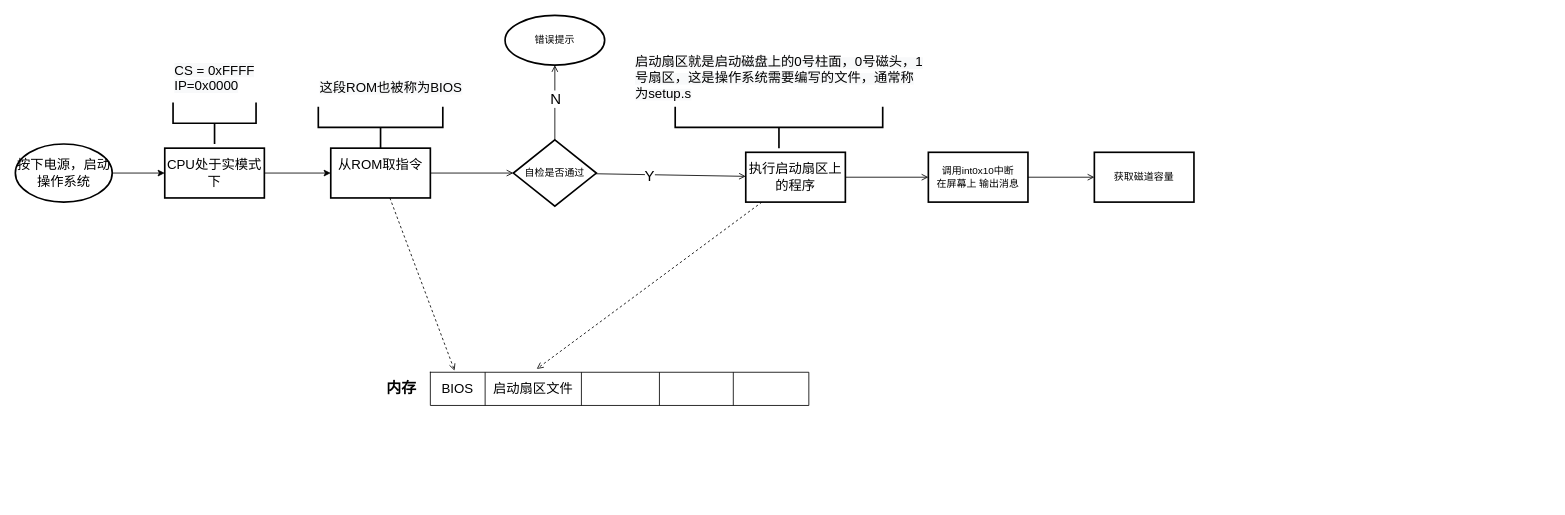
This is 操作系统.drawio from Xrtero/Xrtero, a draw.io file, before an edit. Source tidied: cells renumbered, new cells numbered last; positions are measured from the earlier drawing's top-left corner, leaving out a move shared by most shapes. Both pictures are drawn from the tidied source at 83%, with x=0, y=0 at pixel (15, 15).
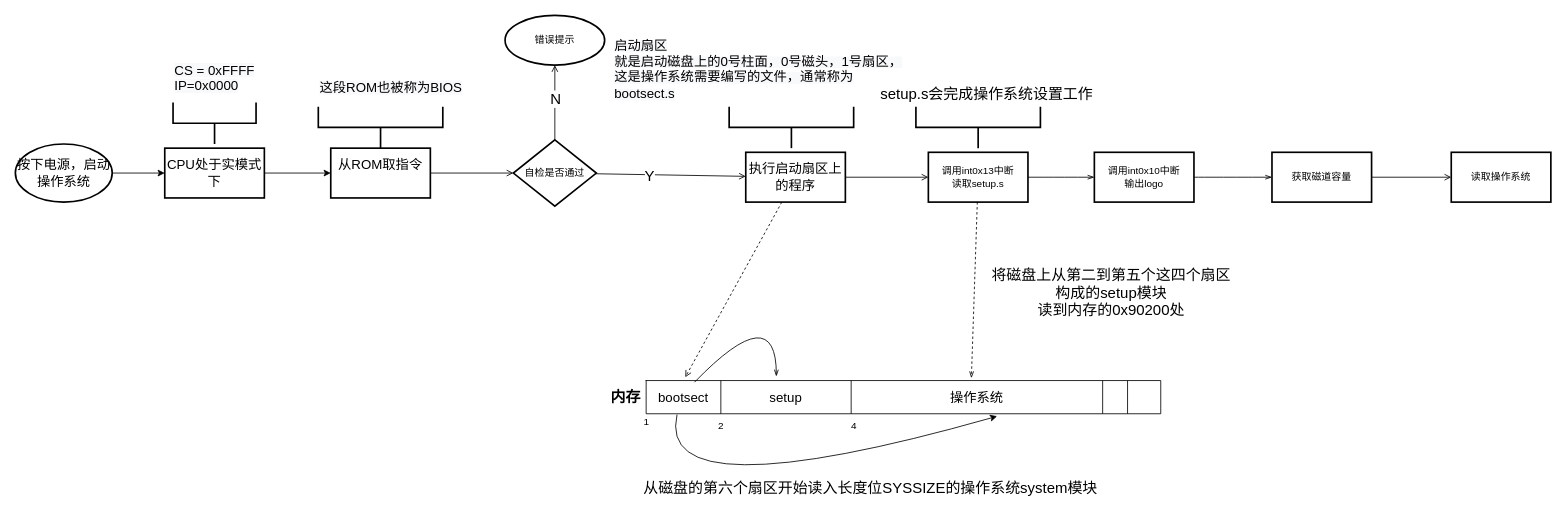
The same diagram, later.

Commit message:
更新操作系统.drawio

The change refers to these unchanged cells:
```xml
<mxCell id="8" value="&lt;font style=&quot;font-size: 16px&quot;&gt;从ROM取指令&lt;br&gt;&lt;br&gt;&lt;/font&gt;" style="whiteSpace=wrap;html=1;strokeWidth=2;" parent="1" vertex="1">
  <mxGeometry x="380" y="160" width="120" height="60" as="geometry" />
</mxCell>
<mxCell id="11" value="&lt;font style=&quot;font-size: 16px&quot;&gt;执行启动扇区上的程序&lt;/font&gt;" style="whiteSpace=wrap;html=1;strokeWidth=2;" parent="1" vertex="1">
  <mxGeometry x="880" y="165" width="120" height="60" as="geometry" />
</mxCell>
```

The edit, as a diff of the source:
```diff
@@
-    <mxCell id="6" style="rounded=1;jettySize=auto;html=1;entryX=0.064;entryY=-0.05;entryDx=0;entryDy=0;entryPerimeter=0;dashed=1;fontSize=18;endArrow=open;endFill=0;" parent="1" edge="1" source="8" target="15">
-      <mxGeometry relative="1" as="geometry" />
-    </mxCell>
@@
-    <mxCell id="9" style="edgeStyle=none;rounded=1;jettySize=auto;html=1;entryX=0.281;entryY=-0.1;entryDx=0;entryDy=0;entryPerimeter=0;dashed=1;fontSize=18;endArrow=open;endFill=0;" parent="1" edge="1" source="11" target="15">
+    <mxCell id="9" style="edgeStyle=none;rounded=1;jettySize=auto;html=1;entryX=0.076;entryY=-0.1;entryDx=0;entryDy=0;entryPerimeter=0;dashed=1;fontSize=18;endArrow=open;endFill=0;" parent="1" edge="1" source="11" target="15">
       <mxGeometry relative="1" as="geometry" />
     </mxCell>
@@
-    <mxCell id="12" value="&lt;span style=&quot;color: rgb(0 , 0 , 0) ; font-family: &amp;#34;helvetica&amp;#34; ; font-style: normal ; font-weight: 400 ; letter-spacing: normal ; text-align: center ; text-indent: 0px ; text-transform: none ; word-spacing: 0px ; background-color: rgb(248 , 249 , 250) ; display: inline ; float: none&quot;&gt;&lt;font style=&quot;font-size: 16px&quot;&gt;启动扇区就是启动磁盘上的0号柱面，0号磁头，1号扇区，这是操作系统需要编写的文件，通常称为setup.s&lt;/font&gt;&lt;/span&gt;" style="text;whiteSpace=wrap;html=1;" parent="1" vertex="1">
-      <mxGeometry x="745" y="40" width="350" height="30" as="geometry" />
+    <mxCell id="12" value="&lt;span style=&quot;color: rgb(0 , 0 , 0) ; font-family: &amp;#34;helvetica&amp;#34; ; font-style: normal ; font-weight: 400 ; letter-spacing: normal ; text-align: center ; text-indent: 0px ; text-transform: none ; word-spacing: 0px ; background-color: rgb(248 , 249 , 250) ; display: inline ; float: none&quot;&gt;&lt;font style=&quot;font-size: 16px&quot;&gt;启动扇区&lt;br&gt;就是启动磁盘上的0号柱面，0号磁头，1号扇区，这是操作系统需要编写的文件，通常称为bootsect.s&lt;/font&gt;&lt;/span&gt;" style="text;whiteSpace=wrap;html=1;" parent="1" vertex="1">
+      <mxGeometry x="720" y="20" width="350" height="90" as="geometry" />
     </mxCell>
@@
     <mxCell id="14" style="shape=table;startSize=0;childLayout=tableLayout;fontSize=16;" parent="1" vertex="1">
-      <mxGeometry x="500" y="430" width="456" height="40" as="geometry" />
+      <mxGeometry x="760" y="440" width="620" height="40" as="geometry" />
     </mxCell>
     <mxCell id="15" style="shape=tableRow;horizontal=0;startSize=0;swimlaneHead=0;swimlaneBody=0;top=0;left=0;bottom=0;right=0;fillColor=none;points=[[0,0.5],[1,0.5]];portConstraint=eastwest;fontSize=16;" parent="14" vertex="1">
-      <mxGeometry width="456" height="40" as="geometry" />
+      <mxGeometry width="620" height="40" as="geometry" />
     </mxCell>
-    <mxCell id="16" value="BIOS" style="shape=partialRectangle;html=1;whiteSpace=wrap;overflow=hidden;fillColor=none;top=0;left=0;bottom=0;right=0;fontSize=16;" parent="15" vertex="1">
-      <mxGeometry width="66" height="40" as="geometry" />
+    <mxCell id="16" value="bootsect" style="shape=partialRectangle;html=1;whiteSpace=wrap;overflow=hidden;fillColor=none;top=0;left=0;bottom=0;right=0;fontSize=16;" parent="15" vertex="1">
+      <mxGeometry width="90" height="40" as="geometry" />
     </mxCell>
-    <mxCell id="17" value="启动扇区文件" style="shape=partialRectangle;html=1;whiteSpace=wrap;overflow=hidden;fillColor=none;top=0;left=0;bottom=0;right=0;fontSize=16;" parent="15" vertex="1">
-      <mxGeometry x="66" width="116" height="40" as="geometry" />
+    <mxCell id="17" value="setup" style="shape=partialRectangle;html=1;whiteSpace=wrap;overflow=hidden;fillColor=none;top=0;left=0;bottom=0;right=0;fontSize=16;" parent="15" vertex="1">
+      <mxGeometry x="90" width="157" height="40" as="geometry" />
     </mxCell>
-    <mxCell id="18" style="shape=partialRectangle;html=1;whiteSpace=wrap;overflow=hidden;fillColor=none;top=0;left=0;bottom=0;right=0;fontSize=16;" parent="15" vertex="1">
-      <mxGeometry x="182" width="94" height="40" as="geometry" />
+    <mxCell id="18" value="操作系统" style="shape=partialRectangle;html=1;whiteSpace=wrap;overflow=hidden;fillColor=none;top=0;left=0;bottom=0;right=0;fontSize=16;" parent="15" vertex="1">
+      <mxGeometry x="247" width="303" height="40" as="geometry" />
     </mxCell>
     <mxCell id="19" style="shape=partialRectangle;html=1;whiteSpace=wrap;overflow=hidden;fillColor=none;top=0;left=0;bottom=0;right=0;fontSize=16;" parent="15" vertex="1">
-      <mxGeometry x="276" width="89" height="40" as="geometry" />
+      <mxGeometry x="550" width="30" height="40" as="geometry" />
     </mxCell>
     <mxCell id="20" style="shape=partialRectangle;html=1;whiteSpace=wrap;overflow=hidden;fillColor=none;top=0;left=0;bottom=0;right=0;fontSize=16;" parent="15" vertex="1">
-      <mxGeometry x="365" width="91" height="40" as="geometry" />
+      <mxGeometry x="580" width="40" height="40" as="geometry" />
     </mxCell>
+    <mxCell id="35" style="endArrow=openThin;html=1;rounded=1;fontSize=18;curved=1;entryX=0.253;entryY=-0.125;entryDx=0;entryDy=0;entryPerimeter=0;endFill=0;exitX=0.094;exitY=0.05;exitDx=0;exitDy=0;exitPerimeter=0;" parent="14" edge="1" source="15" target="15">
+      <mxGeometry relative="1" as="geometry">
+        <Array as="points">
+          <mxPoint x="157" y="-100" />
+        </Array>
+      </mxGeometry>
+    </mxCell>
+    <mxCell id="36" style="endArrow=classic;html=1;rounded=1;fontSize=18;curved=1;entryX=0.682;entryY=1.075;entryDx=0;entryDy=0;entryPerimeter=0;exitX=0.06;exitY=1.025;exitDx=0;exitDy=0;exitPerimeter=0;" parent="14" edge="1" source="15" target="15">
+      <mxGeometry relative="1" as="geometry">
+        <Array as="points">
+          <mxPoint x="10" y="160" />
+        </Array>
+      </mxGeometry>
+    </mxCell>
     <mxCell id="21" value="&lt;font style=&quot;font-size: 18px&quot;&gt;&lt;b&gt;内存&lt;/b&gt;&lt;/font&gt;" style="text;html=1;align=center;verticalAlign=middle;fillColor=none;strokeColor=none;rounded=0;fontSize=16;" parent="1" vertex="1">
-      <mxGeometry x="440" y="440" width="50" height="20" as="geometry" />
+      <mxGeometry x="710" y="450" width="50" height="20" as="geometry" />
     </mxCell>
@@
     <mxCell id="31" style="strokeWidth=2;html=1;shape=mxgraph.flowchart.annotation_2;align=left;labelPosition=right;fontSize=18;rotation=-90;" parent="1" vertex="1">
-      <mxGeometry x="895" y="10" width="50" height="250" as="geometry" />
+      <mxGeometry x="910" y="60" width="50" height="150" as="geometry" />
     </mxCell>
-    <mxCell id="32" style="edgeStyle=none;rounded=1;jettySize=auto;html=1;fontSize=18;endArrow=open;endFill=0;" parent="1" edge="1" source="33" target="34">
-      <mxGeometry relative="1" as="geometry" />
-    </mxCell>
+    <mxCell id="37" style="edgeStyle=orthogonalEdgeStyle;curved=1;rounded=1;jettySize=auto;html=1;fontSize=18;endArrow=openThin;endFill=0;" parent="1" edge="1" source="33" target="46">
+      <mxGeometry relative="1" as="geometry" />
+    </mxCell>
+    <mxCell id="38" style="rounded=1;jettySize=auto;html=1;entryX=0.632;entryY=-0.075;entryDx=0;entryDy=0;entryPerimeter=0;dashed=1;fontSize=18;endArrow=openThin;endFill=0;" parent="1" edge="1" source="33" target="15">
+      <mxGeometry relative="1" as="geometry" />
+    </mxCell>
-    <mxCell id="33" value="调用int0x10中断&lt;br&gt;在屏幕上 输出消息" style="whiteSpace=wrap;html=1;strokeWidth=2;" parent="1" vertex="1">
+    <mxCell id="33" value="调用int0x13中断&lt;br&gt;读取setup.s" style="whiteSpace=wrap;html=1;strokeWidth=2;" parent="1" vertex="1">
       <mxGeometry x="1100" y="165" width="120" height="60" as="geometry" />
     </mxCell>
+    <mxCell id="39" style="edgeStyle=none;rounded=1;jettySize=auto;html=1;fontSize=18;endArrow=open;endFill=0;" parent="1" edge="1" source="34" target="40">
+      <mxGeometry relative="1" as="geometry" />
+    </mxCell>
     <mxCell id="34" value="获取磁道容量" style="whiteSpace=wrap;html=1;strokeWidth=2;" parent="1" vertex="1">
-      <mxGeometry x="1300" y="165" width="120" height="60" as="geometry" />
+      <mxGeometry x="1514" y="165" width="120" height="60" as="geometry" />
     </mxCell>
+    <mxCell id="40" value="读取操作系统" style="whiteSpace=wrap;html=1;strokeWidth=2;" parent="1" vertex="1">
+      <mxGeometry x="1730" y="165" width="120" height="60" as="geometry" />
+    </mxCell>
+    <mxCell id="41" value="将磁盘上从第二到第五个这四个扇区&lt;br&gt;构成的setup模块&lt;br&gt;读到内存的0x90200处" style="text;html=1;align=center;verticalAlign=middle;fillColor=none;strokeColor=none;rounded=0;fontSize=18;" parent="1" vertex="1">
+      <mxGeometry x="1170" y="300" width="300" height="70" as="geometry" />
+    </mxCell>
+    <mxCell id="42" value="从磁盘的第六个扇区开始读入长度位SYSSIZE的操作系统system模块" style="text;html=1;align=center;verticalAlign=middle;fillColor=none;strokeColor=none;rounded=0;fontSize=18;" parent="1" vertex="1">
+      <mxGeometry x="750" y="555" width="560" height="30" as="geometry" />
+    </mxCell>
+    <mxCell id="43" style="strokeWidth=2;html=1;shape=mxgraph.flowchart.annotation_2;align=left;labelPosition=right;fontSize=18;rotation=-90;" parent="1" vertex="1">
+      <mxGeometry x="1135" y="60" width="50" height="150" as="geometry" />
+    </mxCell>
+    <mxCell id="44" value="setup.s会完成操作系统设置工作" style="text;html=1;align=center;verticalAlign=middle;fillColor=none;strokeColor=none;rounded=0;fontSize=18;" parent="1" vertex="1">
+      <mxGeometry x="1035" y="80" width="270" height="30" as="geometry" />
+    </mxCell>
+    <mxCell id="45" style="edgeStyle=orthogonalEdgeStyle;curved=1;rounded=1;jettySize=auto;html=1;fontSize=18;endArrow=openThin;endFill=0;" parent="1" edge="1" source="46" target="34">
+      <mxGeometry relative="1" as="geometry" />
+    </mxCell>
+    <mxCell id="46" value="调用int0x10中断&lt;br&gt;输出logo" style="whiteSpace=wrap;html=1;strokeWidth=2;" parent="1" vertex="1">
+      <mxGeometry x="1300" y="165" width="120" height="60" as="geometry" />
+    </mxCell>
+    <mxCell id="47" value="1" style="text;html=1;align=center;verticalAlign=middle;fillColor=none;strokeColor=none;rounded=0;sketch=0;" parent="1" vertex="1">
+      <mxGeometry x="750" y="480" width="20" height="20" as="geometry" />
+    </mxCell>
+    <mxCell id="48" value="2" style="text;html=1;align=center;verticalAlign=middle;fillColor=none;strokeColor=none;rounded=0;sketch=0;" parent="1" vertex="1">
+      <mxGeometry x="840" y="485" width="20" height="20" as="geometry" />
+    </mxCell>
+    <mxCell id="49" value="4" style="text;html=1;align=center;verticalAlign=middle;fillColor=none;strokeColor=none;rounded=0;sketch=0;" parent="1" vertex="1">
+      <mxGeometry x="1000" y="485" width="20" height="20" as="geometry" />
+    </mxCell>
```
